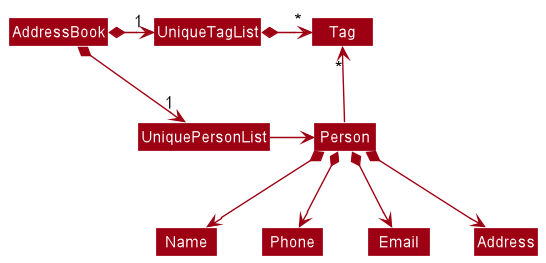
Earlier version of the PlantUML export docs/images/BetterModelClassDiagram.png (nus-cs2103-AY2223S1/tp).
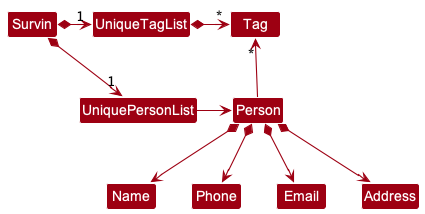
After the commit.

Diff of the diagram source:
```diff
@@ -4,8 +4,8 @@
 skinparam arrowColor MODEL_COLOR
 skinparam classBackgroundColor MODEL_COLOR
 
-AddressBook *-right-> "1" UniquePersonList
-AddressBook *-right-> "1" UniqueTagList
+Survin *-right-> "1" UniquePersonList
+Survin *-right-> "1" UniqueTagList
 UniqueTagList -[hidden]down- UniquePersonList
 UniqueTagList -[hidden]down- UniquePersonList
 
```
